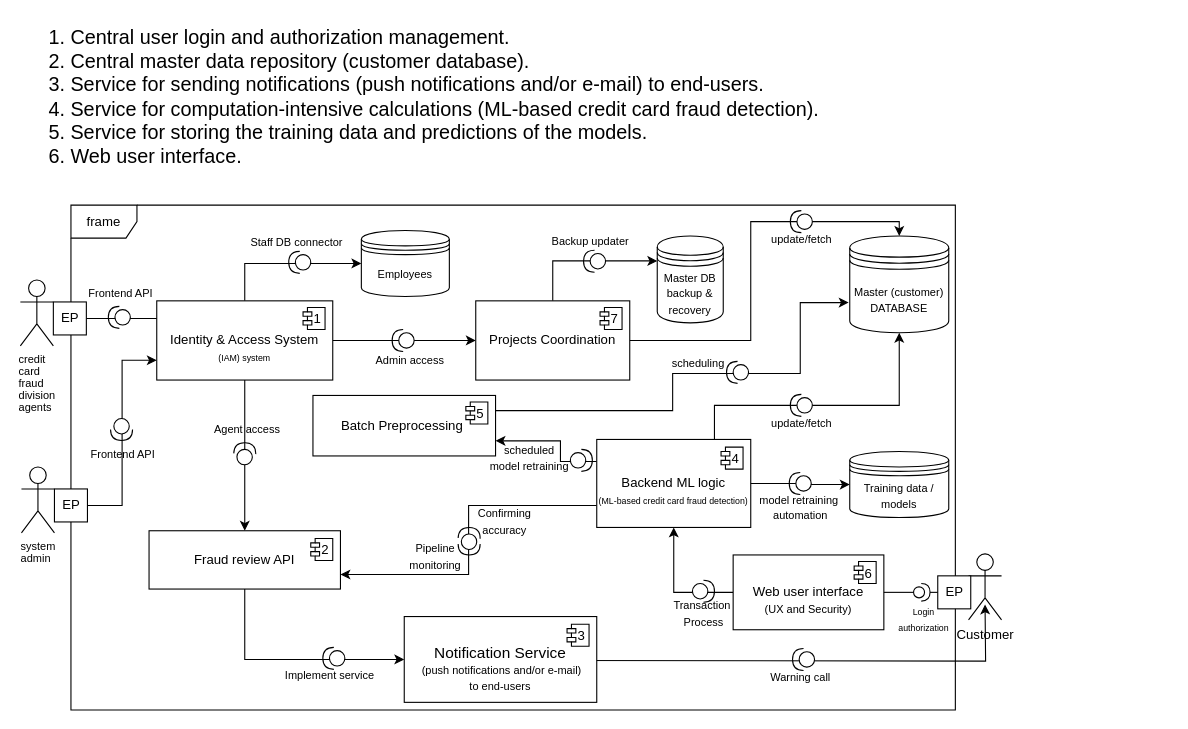
The draw.io diagram gifs/Untitled Diagram.drawio in midani-47/midani-47, before the edit. Source tidied: cells renumbered, new cells numbered last; positions are measured from the earlier drawing's top-left corner, leaving out a move shared by most shapes. Both pictures are drawn from the tidied source at 110%, with x=0, y=0 at pixel (20, 19).
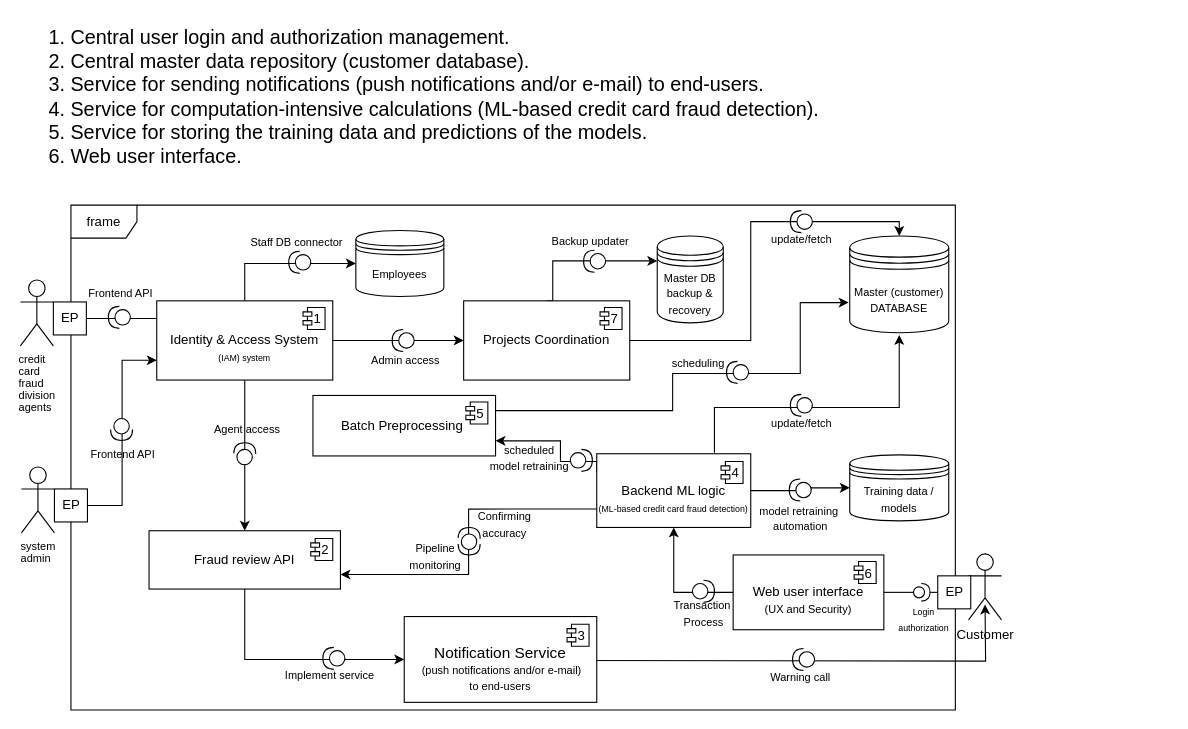
The same page after the edit.

The change refers to these unchanged cells:
```xml
<mxCell id="27" value="&lt;font style=&quot;font-size: 10px;&quot;&gt;Master (customer)&lt;/font&gt;&lt;div&gt;&lt;font style=&quot;font-size: 10px;&quot;&gt;DATABASE&lt;/font&gt;&lt;/div&gt;" style="shape=datastore;whiteSpace=wrap;html=1;" parent="1" vertex="1">
  <mxGeometry x="754" y="197" width="90" height="88" as="geometry" />
</mxCell>
```

Change to the diagram source:
```diff
@@
     <mxCell id="17" value="&lt;font style=&quot;font-size: 10px;&quot;&gt;Employees&lt;/font&gt;" style="shape=datastore;whiteSpace=wrap;html=1;" parent="1" vertex="1">
-      <mxGeometry x="310" y="192" width="80" height="60" as="geometry" />
+      <mxGeometry x="305" y="192" width="80" height="60" as="geometry" />
     </mxCell>
@@
-    <mxCell id="21" style="edgeStyle=orthogonalEdgeStyle;rounded=0;jettySize=auto;html=1;entryX=0.5;entryY=1;entryDx=0;entryDy=0;exitX=0.75;exitY=0;exitDx=0;exitDy=0;" parent="1" edge="1" source="24" target="27">
+    <mxCell id="21" style="edgeStyle=orthogonalEdgeStyle;rounded=0;orthogonalLoop=1;jettySize=auto;html=1;entryX=0.5;entryY=1;entryDx=0;entryDy=0;" parent="1" edge="1">
       <mxGeometry relative="1" as="geometry">
+        <mxPoint x="631" y="394" as="sourcePoint" />
+        <mxPoint x="799" y="287" as="targetPoint" />
         <Array as="points">
-          <mxPoint x="631" y="382" />
-          <mxPoint x="631" y="351" />
-          <mxPoint x="799" y="351" />
+          <mxPoint x="631" y="384" />
+          <mxPoint x="631" y="353" />
+          <mxPoint x="799" y="353" />
         </Array>
       </mxGeometry>
     </mxCell>
@@
+    <mxCell id="31" style="edgeStyle=orthogonalEdgeStyle;rounded=0;jettySize=auto;html=1;entryX=0;entryY=0.5;entryDx=0;entryDy=0;" parent="1" edge="1" source="24" target="26">
+      <mxGeometry relative="1" as="geometry" />
+    </mxCell>
     <mxCell id="24" value="&lt;div&gt;&lt;br&gt;&lt;/div&gt;Backend ML logic&lt;div&gt;&lt;span style=&quot;text-align: left;&quot;&gt;&lt;font style=&quot;font-size: 8px;&quot;&gt;(ML-based credit card fraud detection)&lt;/font&gt;&lt;/span&gt;&lt;/div&gt;" style="html=1;whiteSpace=wrap;" parent="1" vertex="1">
-      <mxGeometry x="524" y="382" width="140" height="80" as="geometry" />
+      <mxGeometry x="524" y="395" width="140" height="67" as="geometry" />
     </mxCell>
@@
     <mxCell id="26" value="&lt;span style=&quot;font-size: 10px;&quot;&gt;Training data / models&lt;/span&gt;" style="shape=datastore;whiteSpace=wrap;html=1;" parent="1" vertex="1">
-      <mxGeometry x="754" y="393" width="90" height="60" as="geometry" />
+      <mxGeometry x="754" y="396" width="90" height="60" as="geometry" />
     </mxCell>
@@
-    <mxCell id="31" style="edgeStyle=orthogonalEdgeStyle;rounded=0;jettySize=auto;html=1;entryX=0;entryY=0.5;entryDx=0;entryDy=0;exitX=1;exitY=0.5;exitDx=0;exitDy=0;" parent="1" edge="1" source="24" target="26">
-      <mxGeometry relative="1" as="geometry" />
-    </mxCell>
     <mxCell id="32" style="shape=providedRequiredInterface;html=1;verticalLabelPosition=bottom;rotation=-180;" parent="1" vertex="1">
-      <mxGeometry x="699" y="412" width="20" height="20" as="geometry" />
+      <mxGeometry x="699" y="418" width="20" height="20" as="geometry" />
     </mxCell>
@@
     <mxCell id="43" value="&lt;div&gt;&lt;font style=&quot;font-size: 12px;&quot;&gt;&lt;br&gt;&lt;/font&gt;&lt;/div&gt;&lt;div&gt;&lt;div&gt;Projects Coordination&lt;/div&gt;&lt;div&gt;&lt;br&gt;&lt;/div&gt;&lt;/div&gt;" style="html=1;whiteSpace=wrap;" parent="1" vertex="1">
-      <mxGeometry x="414" y="256" width="140" height="72" as="geometry" />
+      <mxGeometry x="403" y="256" width="151" height="72" as="geometry" />
     </mxCell>
@@
     <mxCell id="46" value="&lt;font style=&quot;font-size: 10px;&quot;&gt;Admin access&lt;/font&gt;" style="text;html=1;align=center;verticalAlign=middle;strokeColor=none;fillColor=none;" parent="1" vertex="1">
-      <mxGeometry x="314" y="296.5" width="80" height="26" as="geometry" />
+      <mxGeometry x="310" y="296.5" width="80" height="26" as="geometry" />
     </mxCell>
@@
     <mxCell id="54" value="&lt;font style=&quot;font-size: 10px;&quot;&gt;Confirming&lt;/font&gt;&lt;div&gt;&lt;font style=&quot;font-size: 10px;&quot;&gt;accuracy&lt;/font&gt;&lt;/div&gt;" style="text;html=1;align=center;verticalAlign=middle;strokeColor=none;fillColor=none;" parent="1" vertex="1">
-      <mxGeometry x="402" y="435.5" width="76" height="41" as="geometry" />
+      <mxGeometry x="402" y="438.5" width="76" height="41" as="geometry" />
     </mxCell>
@@
     <mxCell id="60" value="&lt;font style=&quot;font-size: 10px;&quot;&gt;model retraining&amp;nbsp;&lt;/font&gt;&lt;div&gt;&lt;font style=&quot;font-size: 10px;&quot;&gt;automation&lt;/font&gt;&lt;/div&gt;" style="text;whiteSpace=wrap;html=1;align=center;" parent="1" vertex="1">
-      <mxGeometry x="657" y="423.3" width="105.2" height="21.4" as="geometry" />
+      <mxGeometry x="657" y="433.3" width="105.2" height="21.4" as="geometry" />
     </mxCell>
```
